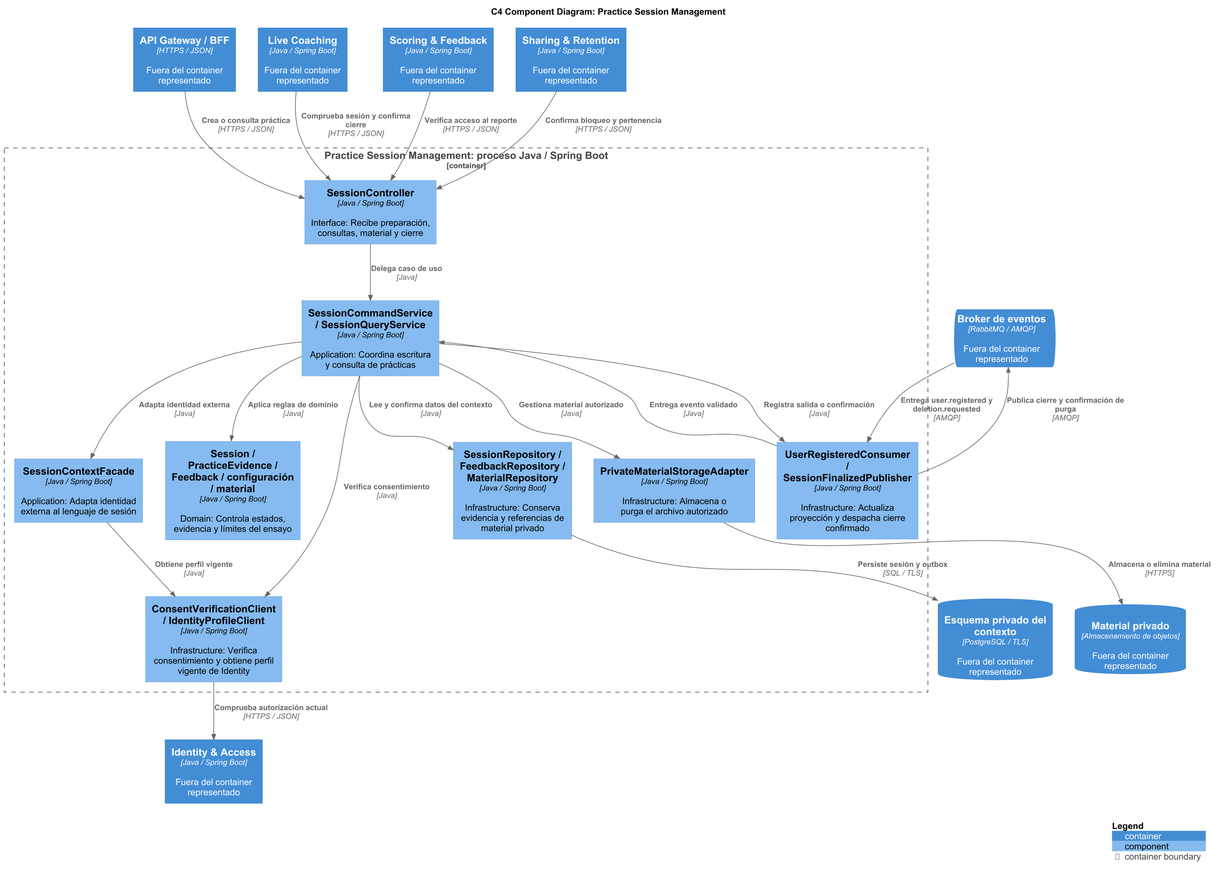
Before: assets/diagrams/tactical/04-practice-sessions-components.png, a diagram exported from PlantUML (upc-pre-202620-si728-16365-thropic/talki-project-report).
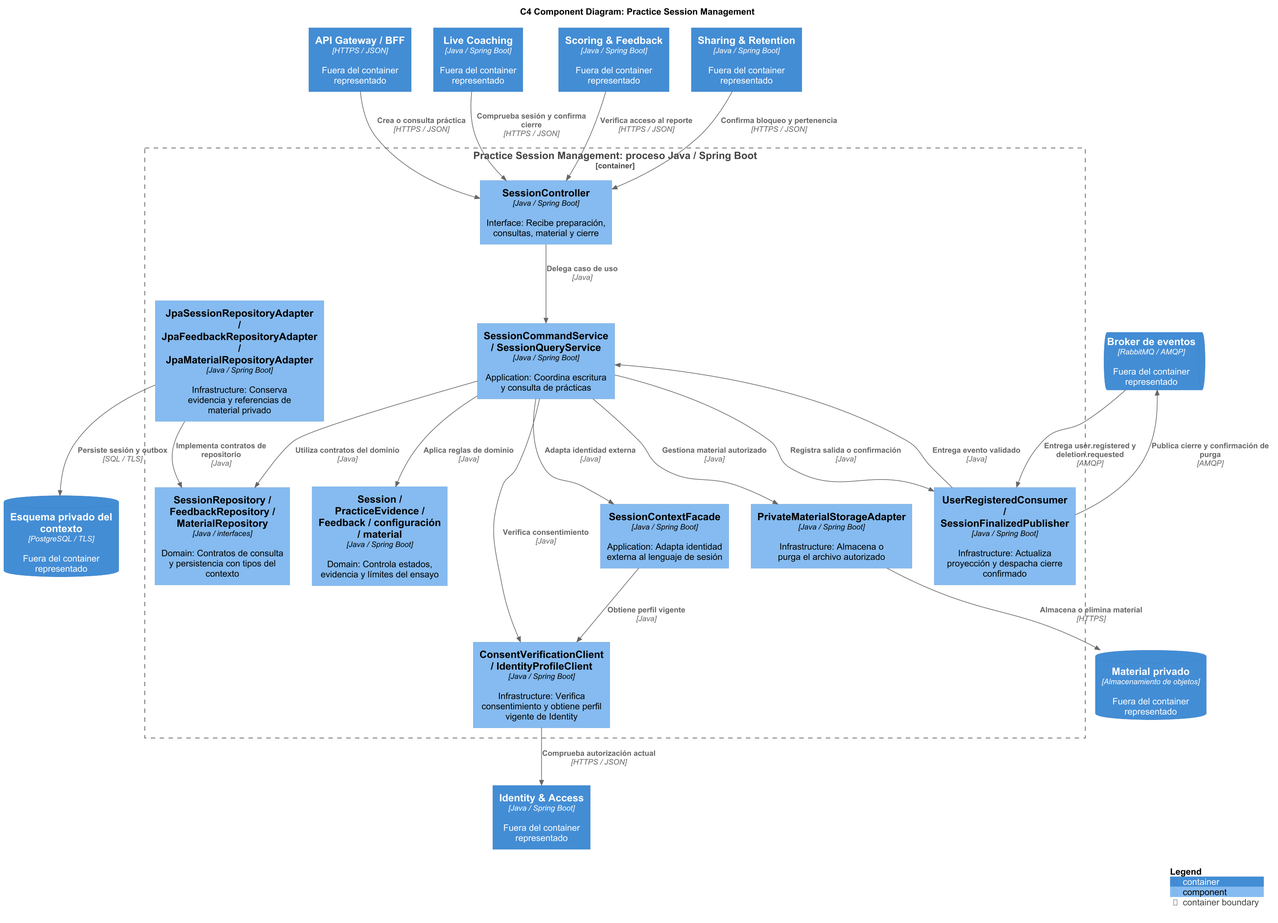
After the commit.

Change to the diagram source:
```diff
@@ -17,7 +17,8 @@
   Component(app, "SessionCommandService / SessionQueryService", "Java / Spring Boot", "Application: Coordina escritura y consulta de prácticas")
   Component(acl, "SessionContextFacade", "Java / Spring Boot", "Application: Adapta identidad externa al lenguaje de sesión")
   Component(rules, "Session / PracticeEvidence / Feedback / configuración / material", "Java / Spring Boot", "Domain: Controla estados, evidencia y límites del ensayo")
-  Component(repo, "SessionRepository / FeedbackRepository / MaterialRepository", "Java / Spring Boot", "Infrastructure: Conserva evidencia y referencias de material privado")
+  Component(ports, "SessionRepository / FeedbackRepository / MaterialRepository", "Java / interfaces", "Domain: Contratos de consulta y persistencia con tipos del contexto")
+  Component(repo, "JpaSessionRepositoryAdapter / JpaFeedbackRepositoryAdapter / JpaMaterialRepositoryAdapter", "Java / Spring Boot", "Infrastructure: Conserva evidencia y referencias de material privado")
   Component(storage, "PrivateMaterialStorageAdapter", "Java / Spring Boot", "Infrastructure: Almacena o purga el archivo autorizado")
   Component(messaging, "UserRegisteredConsumer / SessionFinalizedPublisher", "Java / Spring Boot", "Infrastructure: Actualiza proyección y despacha cierre confirmado")
   Component(consentClient, "ConsentVerificationClient / IdentityProfileClient", "Java / Spring Boot", "Infrastructure: Verifica consentimiento y obtiene perfil vigente de Identity")
@@ -25,7 +26,8 @@
 Rel(api, app, "Delega caso de uso", "Java")
 Rel(messaging, app, "Entrega evento validado", "Java")
 Rel(app, rules, "Aplica reglas de dominio", "Java")
-Rel(app, repo, "Lee y confirma datos del contexto", "Java")
+Rel(app, ports, "Utiliza contratos del dominio", "Java")
+Rel(repo, ports, "Implementa contratos de repositorio", "Java")
 Rel(app, consentClient, "Verifica consentimiento", "Java")
 Rel(acl, consentClient, "Obtiene perfil vigente", "Java")
 Rel(app, storage, "Gestiona material autorizado", "Java")
```
